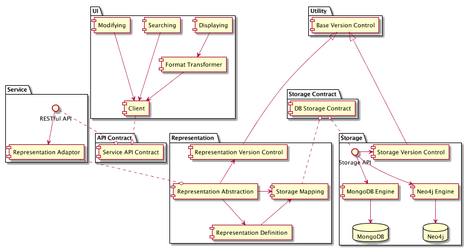
Earlier version of the PlantUML export sa/uml/development-view.png (nanoix9/2019Papers).
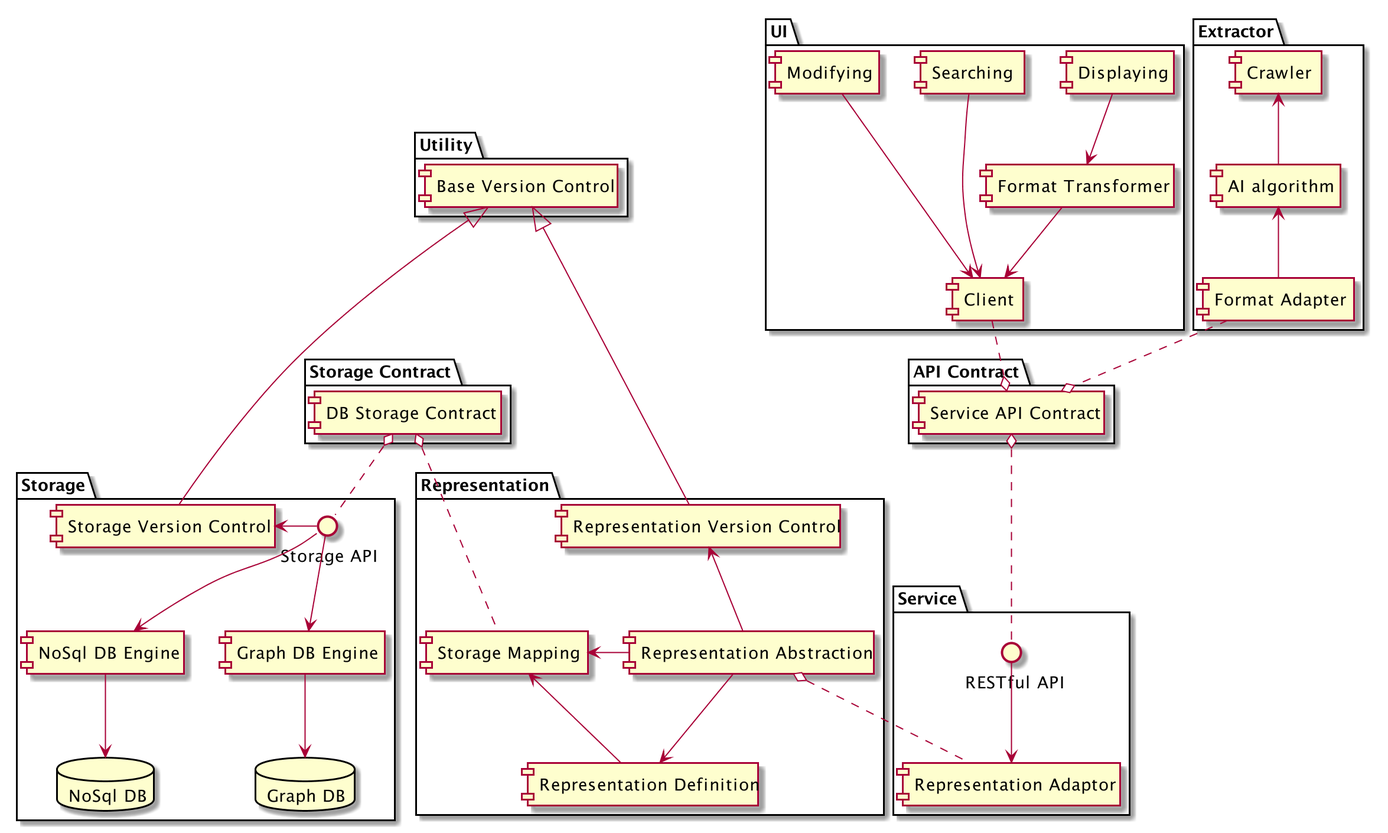
Later version of the same file.

The edit, as a diff of the source:
```diff
@@ -1,6 +1,6 @@
 @startuml
 
-scale max 800 width
+scale 2
 
 
 
@@ -24,10 +24,10 @@
 }
 
 package Storage {
-    component "MongoDB Engine" as MongoDB_Engine
-    database MongoDB
-    component "Neo4j Engine" as Neo4j_Engine
-    database Neo4j
+    component "NoSql DB Engine" as MongoDB_Engine
+    database "NoSql DB" as MongoDB
+    component "Graph DB Engine" as Neo4j_Engine
+    database "Graph DB" as Neo4j
 
     interface "Storage API" as Storage_API
 
@@ -55,6 +55,16 @@
     Modifying --down-> Client
 }
 
+
+package Extractor {
+    component Crawler
+    component "AI algorithm" as AI
+    component "Format Adapter" as Format_Adapter
+
+    AI -up-> Crawler
+    Format_Adapter -up-> AI
+}
+
 package "API Contract" as API_Contract {
     component "Service API Contract" as Service_API_Contract
 }
@@ -67,14 +77,15 @@
     component "Base Version Control" as Base_VC
 }
 
-Repre_Adaptor ..o Repre_Abs
+Repre_Adaptor .up.o Repre_Abs
 
 Repre_VC --up--|> Base_VC
 Storage_VC --up--|> Base_VC
 
 
 Client ..o Service_API_Contract
-RESTful_API ..o Service_API_Contract
+Format_Adapter .down.o Service_API_Contract
+RESTful_API ..up.o Service_API_Contract
 
 Storage_Mapping .up.o DB_Storage_Contract
 Storage_API .up.o DB_Storage_Contract
```
